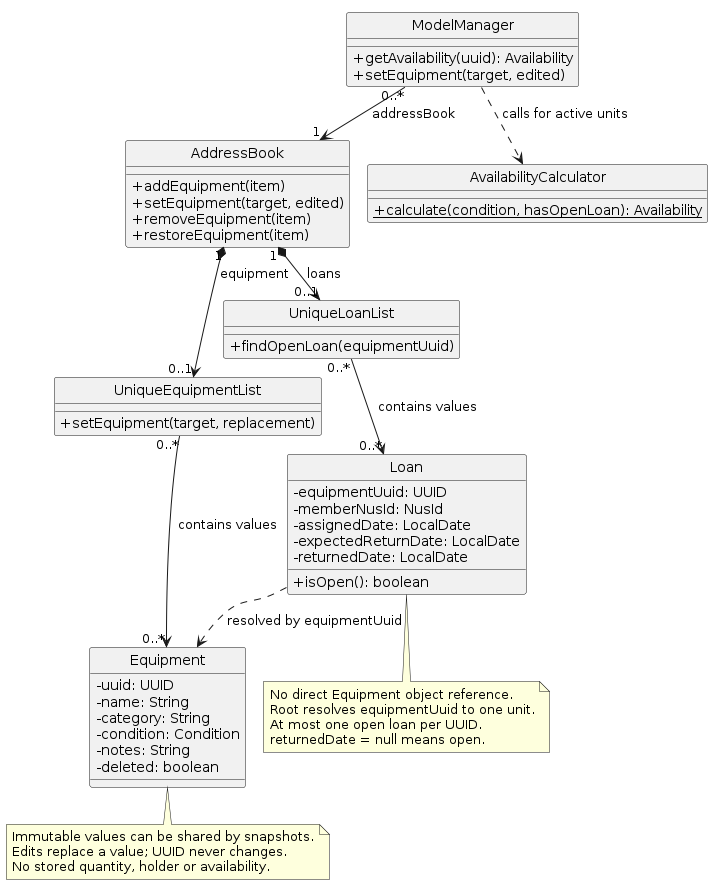
The PlantUML diagram diagrams/EquipmentModel.png in AY2627S1-CS2103T-F15-2/tp, before a commit. Its source is kept beside it as diagrams/EquipmentModel.puml.
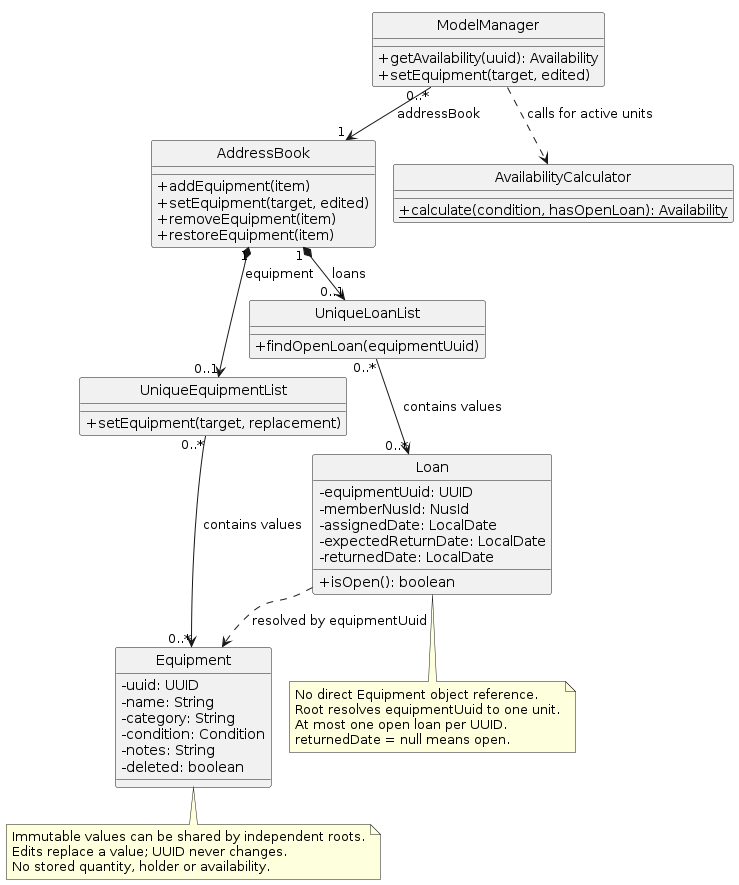
The same diagram one commit later.

Diff of the diagram source:
```diff
@@ -50,7 +50,7 @@
 Loan ..> Equipment : resolved by equipmentUuid
 
 note bottom of Equipment
-  Immutable values can be shared by snapshots.
+  Immutable values can be shared by independent roots.
   Edits replace a value; UUID never changes.
   No stored quantity, holder or availability.
 end note
```
